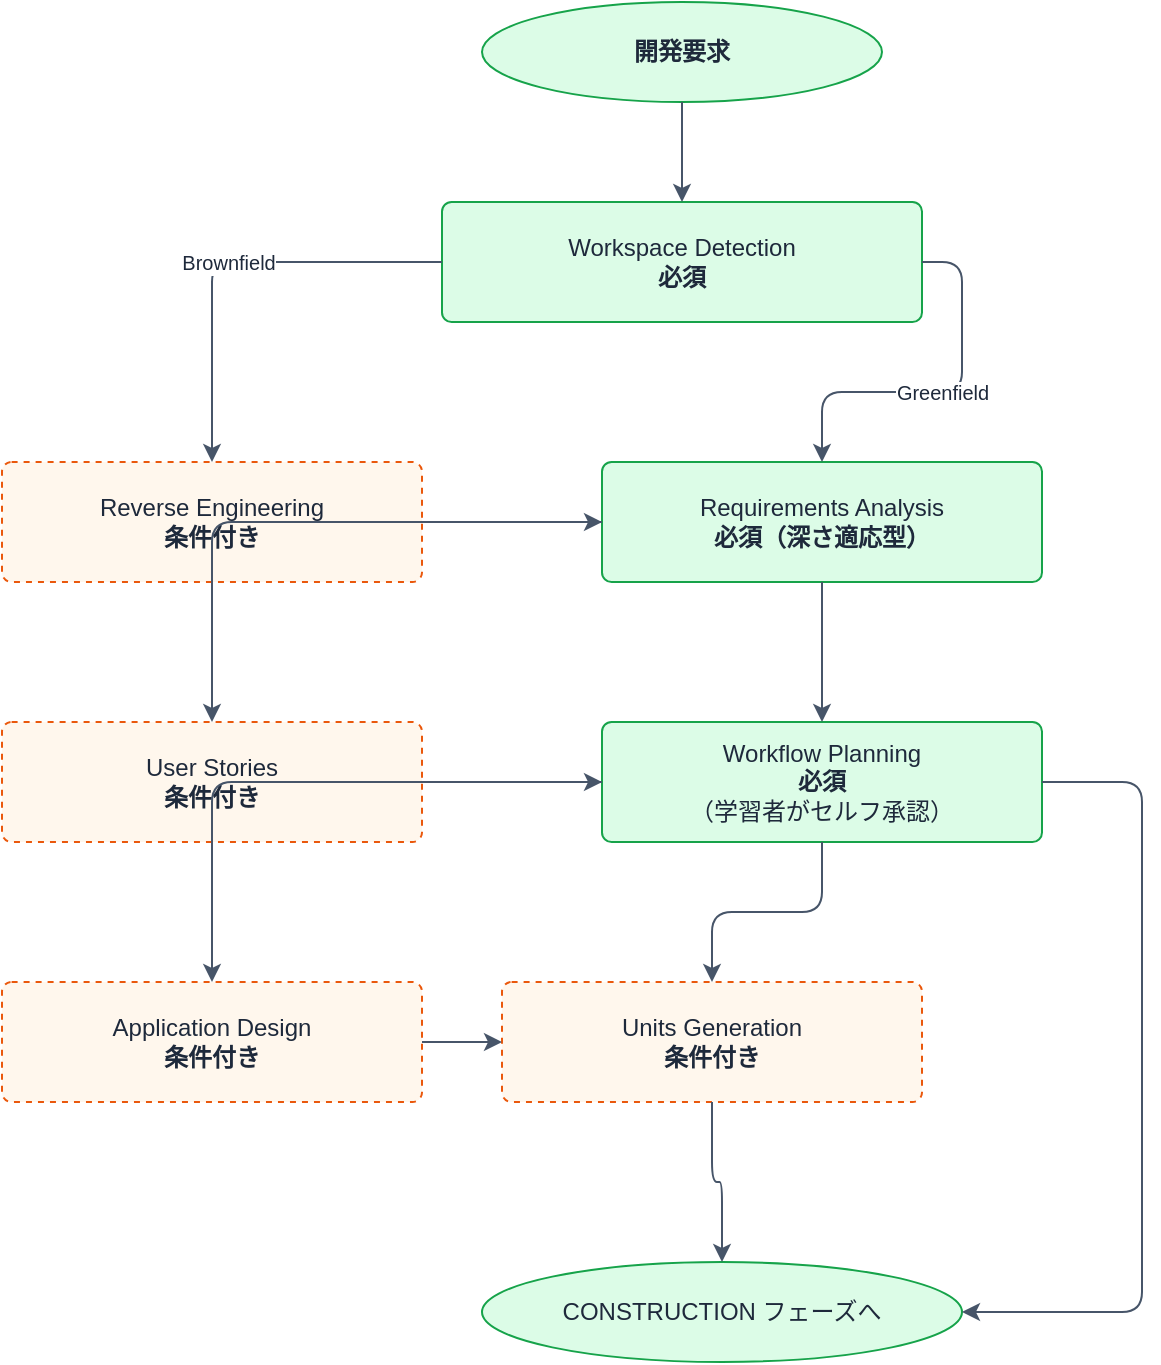
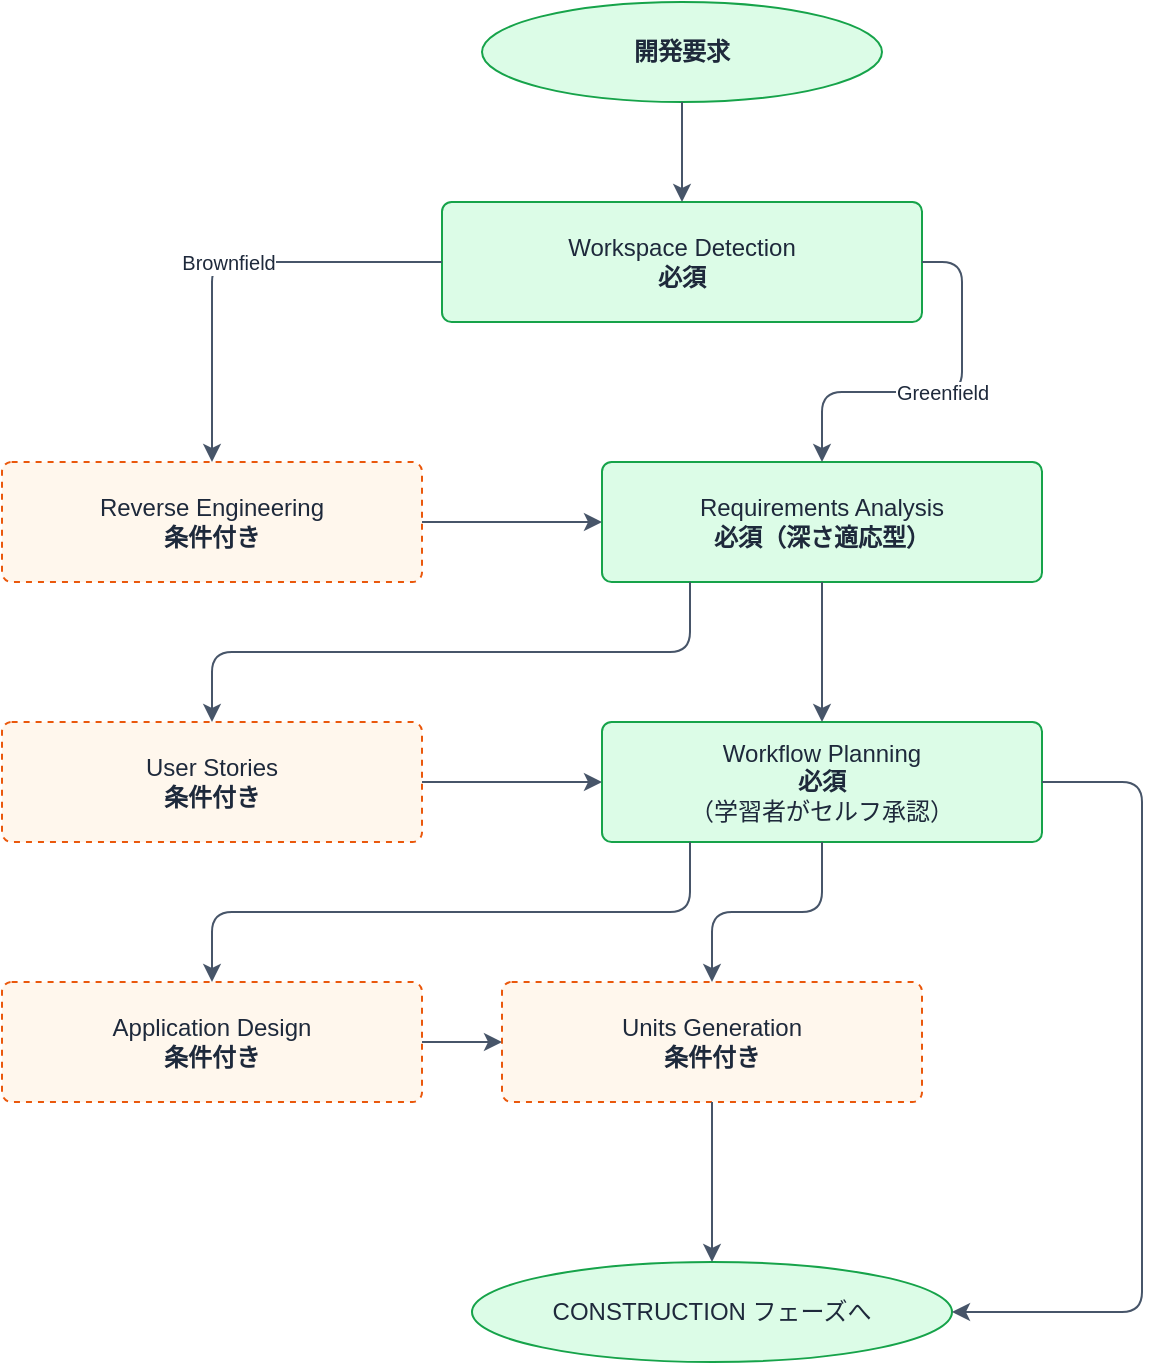
- <?xml version="1.0" encoding="UTF-8"?>
- <mxfile host="drawio" version="26.0.0">
-   <diagram name="INCEPTION フェーズ">
-     <mxGraphModel>
-       <root>
-         <mxCell id="0" />
-         <mxCell id="1" parent="0" />
-         <!-- 開発要求（開始） -->
-         <mxCell id="2" value="開発要求" style="ellipse;whiteSpace=wrap;html=1;fillColor=#DCFCE7;strokeColor=#16A34A;fontColor=#1E293B;fontStyle=1;" vertex="1" parent="1">
-           <mxGeometry x="280" y="20" width="200" height="50" as="geometry" />
-         </mxCell>
-         <!-- Workspace Detection（必須・緑） -->
-         <mxCell id="3" value="Workspace Detection&#xa;&lt;b&gt;必須&lt;/b&gt;" style="rounded=1;whiteSpace=wrap;html=1;fillColor=#DCFCE7;strokeColor=#16A34A;fontColor=#1E293B;arcSize=8;" vertex="1" parent="1">
-           <mxGeometry x="260" y="120" width="240" height="60" as="geometry" />
-         </mxCell>
-         <!-- Reverse Engineering（条件付き・オレンジ破線） -->
-         <mxCell id="4" value="Reverse Engineering&#xa;&lt;b&gt;条件付き&lt;/b&gt;" style="rounded=1;whiteSpace=wrap;html=1;fillColor=#FFF7ED;strokeColor=#EA580C;fontColor=#1E293B;arcSize=8;dashed=1;" vertex="1" parent="1">
-           <mxGeometry x="40" y="250" width="210" height="60" as="geometry" />
-         </mxCell>
-         <!-- Requirements Analysis（必須・緑） -->
-         <mxCell id="5" value="Requirements Analysis&#xa;&lt;b&gt;必須（深さ適応型）&lt;/b&gt;" style="rounded=1;whiteSpace=wrap;html=1;fillColor=#DCFCE7;strokeColor=#16A34A;fontColor=#1E293B;arcSize=8;" vertex="1" parent="1">
-           <mxGeometry x="340" y="250" width="220" height="60" as="geometry" />
-         </mxCell>
-         <!-- User Stories（条件付き・オレンジ破線） -->
-         <mxCell id="6" value="User Stories&#xa;&lt;b&gt;条件付き&lt;/b&gt;" style="rounded=1;whiteSpace=wrap;html=1;fillColor=#FFF7ED;strokeColor=#EA580C;fontColor=#1E293B;arcSize=8;dashed=1;" vertex="1" parent="1">
-           <mxGeometry x="40" y="380" width="210" height="60" as="geometry" />
-         </mxCell>
-         <!-- Workflow Planning（必須・緑） -->
-         <mxCell id="7" value="Workflow Planning&#xa;&lt;b&gt;必須&lt;/b&gt;&#xa;（学習者がセルフ承認）" style="rounded=1;whiteSpace=wrap;html=1;fillColor=#DCFCE7;strokeColor=#16A34A;fontColor=#1E293B;arcSize=8;" vertex="1" parent="1">
-           <mxGeometry x="340" y="380" width="220" height="60" as="geometry" />
-         </mxCell>
-         <!-- Application Design（条件付き・オレンジ破線） -->
-         <mxCell id="8" value="Application Design&#xa;&lt;b&gt;条件付き&lt;/b&gt;" style="rounded=1;whiteSpace=wrap;html=1;fillColor=#FFF7ED;strokeColor=#EA580C;fontColor=#1E293B;arcSize=8;dashed=1;" vertex="1" parent="1">
-           <mxGeometry x="40" y="510" width="210" height="60" as="geometry" />
-         </mxCell>
-         <!-- Units Generation（条件付き・オレンジ破線） -->
-         <mxCell id="9" value="Units Generation&#xa;&lt;b&gt;条件付き&lt;/b&gt;" style="rounded=1;whiteSpace=wrap;html=1;fillColor=#FFF7ED;strokeColor=#EA580C;fontColor=#1E293B;arcSize=8;dashed=1;" vertex="1" parent="1">
-           <mxGeometry x="290" y="510" width="210" height="60" as="geometry" />
-         </mxCell>
-         <!-- CONSTRUCTION フェーズへ（終了） -->
-         <mxCell id="11" value="CONSTRUCTION フェーズへ" style="ellipse;whiteSpace=wrap;html=1;fillColor=#DCFCE7;strokeColor=#16A34A;fontColor=#1E293B;" vertex="1" parent="1">
-           <mxGeometry x="280" y="650" width="240" height="50" as="geometry" />
-         </mxCell>
-         <!-- Edges -->
-         <!-- 開発要求 → WD -->
-         <mxCell id="12" value="" style="edgeStyle=orthogonalEdgeStyle;rounded=1;orthogonalLoop=1;jettySize=auto;html=1;strokeColor=#475569;" edge="1" parent="1" source="2" target="3">
-           <mxGeometry relative="1" as="geometry" />
-         </mxCell>
-         <!-- WD → RE（Brownfield） -->
-         <mxCell id="13" value="Brownfield" style="edgeStyle=orthogonalEdgeStyle;rounded=1;orthogonalLoop=1;jettySize=auto;html=1;strokeColor=#475569;fontColor=#1E293B;fontSize=10;exitX=0;exitY=0.5;exitDx=0;exitDy=0;entryX=0.5;entryY=0;entryDx=0;entryDy=0;" edge="1" parent="1" source="3" target="4">
-           <mxGeometry relative="1" as="geometry" />
-         </mxCell>
-         <!-- WD → RA（Greenfield） -->
-         <mxCell id="14" value="Greenfield" style="edgeStyle=orthogonalEdgeStyle;rounded=1;orthogonalLoop=1;jettySize=auto;html=1;strokeColor=#475569;fontColor=#1E293B;fontSize=10;exitX=1;exitY=0.5;exitDx=0;exitDy=0;entryX=0.5;entryY=0;entryDx=0;entryDy=0;" edge="1" parent="1" source="3" target="5">
-           <mxGeometry relative="1" as="geometry" />
-         </mxCell>
-         <!-- RE → RA -->
-         <mxCell id="15" value="" style="edgeStyle=orthogonalEdgeStyle;rounded=1;orthogonalLoop=1;jettySize=auto;html=1;strokeColor=#475569;exitX=1;exitY=0.5;exitDx=0;exitDy=0;entryX=0;entryY=0.5;entryDx=0;entryDy=0;" edge="1" parent="1" source="4" target="5">
-           <mxGeometry relative="1" as="geometry" />
-         </mxCell>
-         <!-- RA → US（条件付き） -->
-         <mxCell id="16" value="" style="edgeStyle=orthogonalEdgeStyle;rounded=1;orthogonalLoop=1;jettySize=auto;html=1;strokeColor=#475569;exitX=0;exitY=0.5;exitDx=0;exitDy=0;entryX=0.5;entryY=0;entryDx=0;entryDy=0;" edge="1" parent="1" source="5" target="6">
-           <mxGeometry relative="1" as="geometry" />
-         </mxCell>
-         <!-- RA → WP -->
-         <mxCell id="17" value="" style="edgeStyle=orthogonalEdgeStyle;rounded=1;orthogonalLoop=1;jettySize=auto;html=1;strokeColor=#475569;exitX=0.5;exitY=1;exitDx=0;exitDy=0;entryX=0.5;entryY=0;entryDx=0;entryDy=0;" edge="1" parent="1" source="5" target="7">
-           <mxGeometry relative="1" as="geometry" />
-         </mxCell>
-         <!-- US → WP -->
-         <mxCell id="18" value="" style="edgeStyle=orthogonalEdgeStyle;rounded=1;orthogonalLoop=1;jettySize=auto;html=1;strokeColor=#475569;exitX=1;exitY=0.5;exitDx=0;exitDy=0;entryX=0;entryY=0.5;entryDx=0;entryDy=0;" edge="1" parent="1" source="6" target="7">
-           <mxGeometry relative="1" as="geometry" />
-         </mxCell>
-         <!-- WP → AD（条件付き） -->
-         <mxCell id="19" value="" style="edgeStyle=orthogonalEdgeStyle;rounded=1;orthogonalLoop=1;jettySize=auto;html=1;strokeColor=#475569;exitX=0;exitY=0.5;exitDx=0;exitDy=0;entryX=0.5;entryY=0;entryDx=0;entryDy=0;" edge="1" parent="1" source="7" target="8">
-           <mxGeometry relative="1" as="geometry" />
-         </mxCell>
-         <!-- WP → UG（条件付き） -->
-         <mxCell id="20" value="" style="edgeStyle=orthogonalEdgeStyle;rounded=1;orthogonalLoop=1;jettySize=auto;html=1;strokeColor=#475569;exitX=0.5;exitY=1;exitDx=0;exitDy=0;entryX=0.5;entryY=0;entryDx=0;entryDy=0;" edge="1" parent="1" source="7" target="9">
-           <mxGeometry relative="1" as="geometry" />
-         </mxCell>
-         <!-- WP → CONST（直接バイパス） -->
-         <mxCell id="21" value="" style="edgeStyle=orthogonalEdgeStyle;rounded=1;orthogonalLoop=1;jettySize=auto;html=1;strokeColor=#475569;exitX=1;exitY=0.5;exitDx=0;exitDy=0;entryX=1;entryY=0.5;entryDx=0;entryDy=0;" edge="1" parent="1" source="7" target="11">
-           <mxGeometry relative="1" as="geometry">
-             <Array as="points">
-               <mxPoint x="610" y="410" />
-               <mxPoint x="610" y="675" />
-             </Array>
-           </mxGeometry>
-         </mxCell>
-         <!-- AD → UG -->
-         <mxCell id="22" value="" style="edgeStyle=orthogonalEdgeStyle;rounded=1;orthogonalLoop=1;jettySize=auto;html=1;strokeColor=#475569;exitX=1;exitY=0.5;exitDx=0;exitDy=0;entryX=0;entryY=0.5;entryDx=0;entryDy=0;" edge="1" parent="1" source="8" target="9">
-           <mxGeometry relative="1" as="geometry" />
-         </mxCell>
-         <!-- UG → CONST -->
-         <mxCell id="23" value="" style="edgeStyle=orthogonalEdgeStyle;rounded=1;orthogonalLoop=1;jettySize=auto;html=1;strokeColor=#475569;exitX=0.5;exitY=1;exitDx=0;exitDy=0;entryX=0.5;entryY=0;entryDx=0;entryDy=0;" edge="1" parent="1" source="9" target="11">
-           <mxGeometry relative="1" as="geometry" />
-         </mxCell>
-       </root>
-     </mxGraphModel>
-   </diagram>
- </mxfile>
+ <mxfile host="65bd71144e">
+     <diagram name="INCEPTION フェーズ" id="0">
+         <mxGraphModel dx="324" dy="659" grid="1" gridSize="10" guides="1" tooltips="1" connect="1" arrows="1" fold="1" page="1" pageScale="1" pageWidth="827" pageHeight="1169" math="0" shadow="0">
+             <root>
+                 <mxCell id="0"/>
+                 <mxCell id="1" parent="0"/>
+                 <mxCell id="2" value="開発要求" style="ellipse;whiteSpace=wrap;html=1;fillColor=#DCFCE7;strokeColor=#16A34A;fontColor=#1E293B;fontStyle=1;" parent="1" vertex="1">
+                     <mxGeometry x="280" y="20" width="200" height="50" as="geometry"/>
+                 </mxCell>
+                 <mxCell id="3" value="Workspace Detection&#xa;&lt;b&gt;必須&lt;/b&gt;" style="rounded=1;whiteSpace=wrap;html=1;fillColor=#DCFCE7;strokeColor=#16A34A;fontColor=#1E293B;arcSize=8;" parent="1" vertex="1">
+                     <mxGeometry x="260" y="120" width="240" height="60" as="geometry"/>
+                 </mxCell>
+                 <mxCell id="4" value="Reverse Engineering&#xa;&lt;b&gt;条件付き&lt;/b&gt;" style="rounded=1;whiteSpace=wrap;html=1;fillColor=#FFF7ED;strokeColor=#EA580C;fontColor=#1E293B;arcSize=8;dashed=1;" parent="1" vertex="1">
+                     <mxGeometry x="40" y="250" width="210" height="60" as="geometry"/>
+                 </mxCell>
+                 <mxCell id="5" value="Requirements Analysis&#xa;&lt;b&gt;必須（深さ適応型）&lt;/b&gt;" style="rounded=1;whiteSpace=wrap;html=1;fillColor=#DCFCE7;strokeColor=#16A34A;fontColor=#1E293B;arcSize=8;" parent="1" vertex="1">
+                     <mxGeometry x="340" y="250" width="220" height="60" as="geometry"/>
+                 </mxCell>
+                 <mxCell id="6" value="User Stories&#xa;&lt;b&gt;条件付き&lt;/b&gt;" style="rounded=1;whiteSpace=wrap;html=1;fillColor=#FFF7ED;strokeColor=#EA580C;fontColor=#1E293B;arcSize=8;dashed=1;" parent="1" vertex="1">
+                     <mxGeometry x="40" y="380" width="210" height="60" as="geometry"/>
+                 </mxCell>
+                 <mxCell id="7" value="Workflow Planning&#xa;&lt;b&gt;必須&lt;/b&gt;&#xa;（学習者がセルフ承認）" style="rounded=1;whiteSpace=wrap;html=1;fillColor=#DCFCE7;strokeColor=#16A34A;fontColor=#1E293B;arcSize=8;" parent="1" vertex="1">
+                     <mxGeometry x="340" y="380" width="220" height="60" as="geometry"/>
+                 </mxCell>
+                 <mxCell id="8" value="Application Design&#xa;&lt;b&gt;条件付き&lt;/b&gt;" style="rounded=1;whiteSpace=wrap;html=1;fillColor=#FFF7ED;strokeColor=#EA580C;fontColor=#1E293B;arcSize=8;dashed=1;" parent="1" vertex="1">
+                     <mxGeometry x="40" y="510" width="210" height="60" as="geometry"/>
+                 </mxCell>
+                 <mxCell id="9" value="Units Generation&#xa;&lt;b&gt;条件付き&lt;/b&gt;" style="rounded=1;whiteSpace=wrap;html=1;fillColor=#FFF7ED;strokeColor=#EA580C;fontColor=#1E293B;arcSize=8;dashed=1;" parent="1" vertex="1">
+                     <mxGeometry x="290" y="510" width="210" height="60" as="geometry"/>
+                 </mxCell>
+                 <mxCell id="11" value="CONSTRUCTION フェーズへ" style="ellipse;whiteSpace=wrap;html=1;fillColor=#DCFCE7;strokeColor=#16A34A;fontColor=#1E293B;" parent="1" vertex="1">
+                     <mxGeometry x="275" y="650" width="240" height="50" as="geometry"/>
+                 </mxCell>
+                 <mxCell id="12" value="" style="edgeStyle=orthogonalEdgeStyle;rounded=1;orthogonalLoop=1;jettySize=auto;html=1;strokeColor=#475569;" parent="1" source="2" target="3" edge="1">
+                     <mxGeometry relative="1" as="geometry"/>
+                 </mxCell>
+                 <mxCell id="13" value="Brownfield" style="edgeStyle=orthogonalEdgeStyle;rounded=1;orthogonalLoop=1;jettySize=auto;html=1;strokeColor=#475569;fontColor=#1E293B;fontSize=10;exitX=0;exitY=0.5;exitDx=0;exitDy=0;entryX=0.5;entryY=0;entryDx=0;entryDy=0;" parent="1" source="3" target="4" edge="1">
+                     <mxGeometry relative="1" as="geometry"/>
+                 </mxCell>
+                 <mxCell id="14" value="Greenfield" style="edgeStyle=orthogonalEdgeStyle;rounded=1;orthogonalLoop=1;jettySize=auto;html=1;strokeColor=#475569;fontColor=#1E293B;fontSize=10;exitX=1;exitY=0.5;exitDx=0;exitDy=0;entryX=0.5;entryY=0;entryDx=0;entryDy=0;" parent="1" source="3" target="5" edge="1">
+                     <mxGeometry relative="1" as="geometry"/>
+                 </mxCell>
+                 <mxCell id="15" value="" style="edgeStyle=orthogonalEdgeStyle;rounded=1;orthogonalLoop=1;jettySize=auto;html=1;strokeColor=#475569;exitX=1;exitY=0.5;exitDx=0;exitDy=0;entryX=0;entryY=0.5;entryDx=0;entryDy=0;" parent="1" source="4" target="5" edge="1">
+                     <mxGeometry relative="1" as="geometry"/>
+                 </mxCell>
+                 <mxCell id="16" value="" style="edgeStyle=orthogonalEdgeStyle;rounded=1;orthogonalLoop=1;jettySize=auto;html=1;strokeColor=#475569;exitX=0.2;exitY=1;exitDx=0;exitDy=0;entryX=0.5;entryY=0;entryDx=0;entryDy=0;" parent="1" source="5" target="6" edge="1">
+                     <mxGeometry relative="1" as="geometry">
+                         <Array as="points">
+                             <mxPoint x="384" y="345"/>
+                             <mxPoint x="145" y="345"/>
+                         </Array>
+                     </mxGeometry>
+                 </mxCell>
+                 <mxCell id="17" value="" style="edgeStyle=orthogonalEdgeStyle;rounded=1;orthogonalLoop=1;jettySize=auto;html=1;strokeColor=#475569;exitX=0.5;exitY=1;exitDx=0;exitDy=0;entryX=0.5;entryY=0;entryDx=0;entryDy=0;" parent="1" source="5" target="7" edge="1">
+                     <mxGeometry relative="1" as="geometry"/>
+                 </mxCell>
+                 <mxCell id="18" value="" style="edgeStyle=orthogonalEdgeStyle;rounded=1;orthogonalLoop=1;jettySize=auto;html=1;strokeColor=#475569;exitX=1;exitY=0.5;exitDx=0;exitDy=0;entryX=0;entryY=0.5;entryDx=0;entryDy=0;" parent="1" source="6" target="7" edge="1">
+                     <mxGeometry relative="1" as="geometry"/>
+                 </mxCell>
+                 <mxCell id="19" value="" style="edgeStyle=orthogonalEdgeStyle;rounded=1;orthogonalLoop=1;jettySize=auto;html=1;strokeColor=#475569;exitX=0.2;exitY=1;exitDx=0;exitDy=0;entryX=0.5;entryY=0;entryDx=0;entryDy=0;" parent="1" source="7" target="8" edge="1">
+                     <mxGeometry relative="1" as="geometry">
+                         <Array as="points">
+                             <mxPoint x="384" y="475"/>
+                             <mxPoint x="145" y="475"/>
+                         </Array>
+                     </mxGeometry>
+                 </mxCell>
+                 <mxCell id="20" value="" style="edgeStyle=orthogonalEdgeStyle;rounded=1;orthogonalLoop=1;jettySize=auto;html=1;strokeColor=#475569;exitX=0.5;exitY=1;exitDx=0;exitDy=0;entryX=0.5;entryY=0;entryDx=0;entryDy=0;" parent="1" source="7" target="9" edge="1">
+                     <mxGeometry relative="1" as="geometry"/>
+                 </mxCell>
+                 <mxCell id="21" value="" style="edgeStyle=orthogonalEdgeStyle;rounded=1;orthogonalLoop=1;jettySize=auto;html=1;strokeColor=#475569;exitX=1;exitY=0.5;exitDx=0;exitDy=0;entryX=1;entryY=0.5;entryDx=0;entryDy=0;" parent="1" source="7" target="11" edge="1">
+                     <mxGeometry relative="1" as="geometry">
+                         <Array as="points">
+                             <mxPoint x="610" y="410"/>
+                             <mxPoint x="610" y="675"/>
+                         </Array>
+                     </mxGeometry>
+                 </mxCell>
+                 <mxCell id="22" value="" style="edgeStyle=orthogonalEdgeStyle;rounded=1;orthogonalLoop=1;jettySize=auto;html=1;strokeColor=#475569;exitX=1;exitY=0.5;exitDx=0;exitDy=0;entryX=0;entryY=0.5;entryDx=0;entryDy=0;" parent="1" source="8" target="9" edge="1">
+                     <mxGeometry relative="1" as="geometry"/>
+                 </mxCell>
+                 <mxCell id="23" value="" style="edgeStyle=orthogonalEdgeStyle;rounded=1;orthogonalLoop=1;jettySize=auto;html=1;strokeColor=#475569;exitX=0.5;exitY=1;exitDx=0;exitDy=0;entryX=0.5;entryY=0;entryDx=0;entryDy=0;" parent="1" source="9" target="11" edge="1">
+                     <mxGeometry relative="1" as="geometry"/>
+                 </mxCell>
+             </root>
+         </mxGraphModel>
+     </diagram>
+ </mxfile>